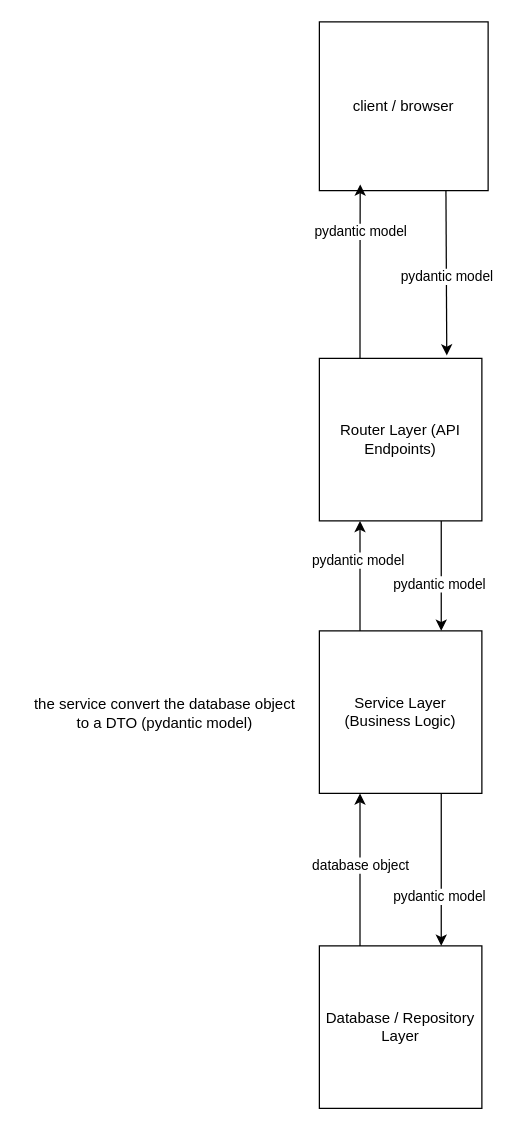
The draw.io diagram docs/architecture.drawio in Yassine-cheffai/full_stack_template, before the edit. Source tidied: cells renumbered, new cells numbered last; positions are measured from the earlier drawing's top-left corner, leaving out a move shared by most shapes. Both pictures are drawn from the tidied source at 125%, with x=0, y=0 at pixel (21, 21).
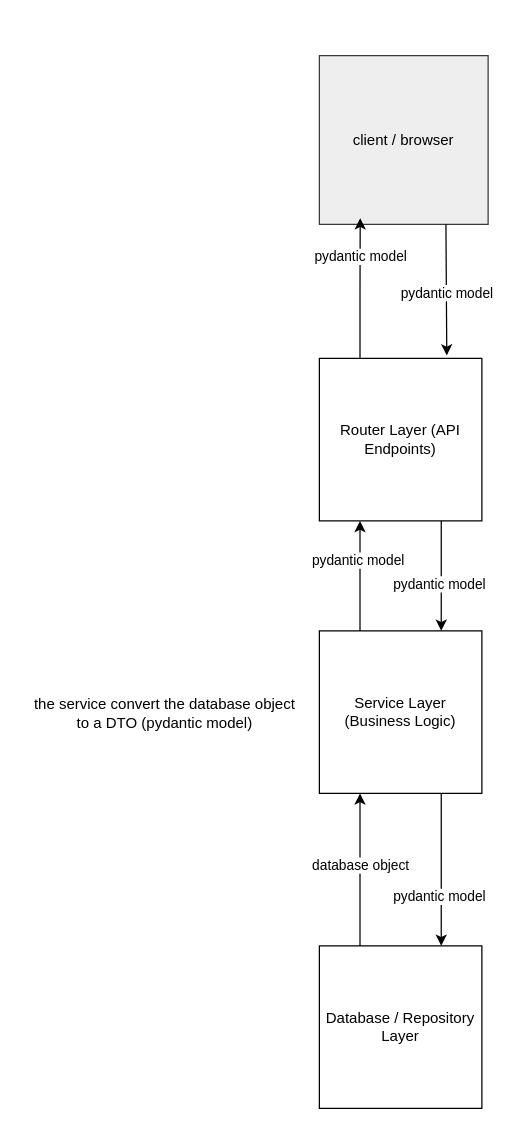
The same diagram, later.

What changed in the source:
```diff
@@
-    <mxCell id="2" value="client / browser" style="whiteSpace=wrap;html=1;" parent="1" vertex="1">
-      <mxGeometry x="238" width="135" height="135" as="geometry" />
+    <mxCell id="2" value="client / browser" style="whiteSpace=wrap;html=1;fillColor=#eeeeee;strokeColor=#36393d;" parent="1" vertex="1">
+      <mxGeometry x="238" y="27" width="135" height="135" as="geometry" />
     </mxCell>
```
